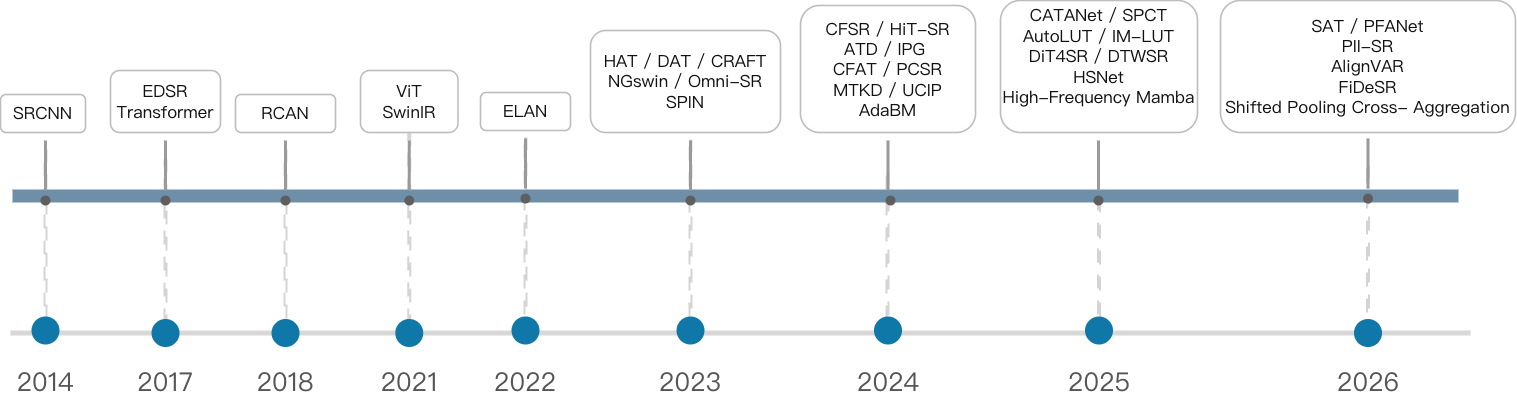
This is figures_png/fig2.png from hainanhuang/CAPANet, a draw.io export, as it was before one commit. Source tidied: cells renumbered, new cells last; positions are measured from the earlier drawing's top-left corner, leaving out a move shared by most shapes. The source it was exported from:
```xml
<mxGraphModel>
  <root>
    <mxCell id="0" />
    <mxCell id="1" parent="0" />
    <mxCell id="2" style="endArrow=none;html=1;rounded=0;strokeColor=#d4d4d4;dashed=1;dashPattern=7 6;strokeWidth=2;" parent="1" vertex="1">
      <mxGeometry x="1366.5" y="166" width="2" height="162" as="geometry" />
    </mxCell>
    <mxCell id="3" style="endArrow=none;html=1;rounded=0;strokeColor=#d4d4d4;dashed=1;dashPattern=7 6;strokeWidth=2;" parent="1" vertex="1">
      <mxGeometry x="44" y="150" width="2" height="180" as="geometry" />
    </mxCell>
    <mxCell id="4" style="endArrow=none;html=1;rounded=0;strokeColor=#d4d4d4;dashed=1;dashPattern=7 6;strokeWidth=2;" parent="1" vertex="1">
      <mxGeometry x="164" y="160" width="2" height="170" as="geometry" />
    </mxCell>
    <mxCell id="5" style="endArrow=none;html=1;rounded=0;strokeColor=#d4d4d4;dashed=1;dashPattern=7 6;strokeWidth=2;" parent="1" vertex="1">
      <mxGeometry x="284" y="150" width="2" height="180" as="geometry" />
    </mxCell>
    <mxCell id="6" style="endArrow=none;html=1;rounded=0;strokeColor=#d4d4d4;dashed=1;dashPattern=7 6;strokeWidth=2;" parent="1" vertex="1">
      <mxGeometry x="407.8" y="82" width="2" height="248" as="geometry" />
    </mxCell>
    <mxCell id="7" style="endArrow=none;html=1;rounded=0;strokeColor=#d4d4d4;dashed=1;dashPattern=7 6;strokeWidth=2;" parent="1" vertex="1">
      <mxGeometry x="524" y="138" width="2" height="190" as="geometry" />
    </mxCell>
    <mxCell id="8" style="endArrow=none;html=1;rounded=0;strokeColor=#d4d4d4;dashed=1;dashPattern=7 6;strokeWidth=2;" parent="1" vertex="1">
      <mxGeometry x="689" y="140" width="2" height="190" as="geometry" />
    </mxCell>
    <mxCell id="9" style="endArrow=none;html=1;rounded=0;strokeColor=#d4d4d4;dashed=1;dashPattern=7 6;strokeWidth=2;" parent="1" vertex="1">
      <mxGeometry x="886" y="173" width="2" height="162" as="geometry" />
    </mxCell>
    <mxCell id="10" style="endArrow=none;html=1;rounded=0;strokeColor=#d4d4d4;dashed=1;dashPattern=7 6;strokeWidth=2;" parent="1" vertex="1">
      <mxGeometry x="1097.5" y="200" width="2" height="120" as="geometry" />
    </mxCell>
    <mxCell id="11" style="rounded=0;whiteSpace=wrap;html=1;fillColor=#d8d8d8;strokeColor=none;" parent="1" vertex="1">
      <mxGeometry x="10" y="330" width="1460" height="5" as="geometry" />
    </mxCell>
    <mxCell id="12" style="rounded=0;whiteSpace=wrap;html=1;fillColor=#6f8fa8;strokeColor=none;" parent="1" vertex="1">
      <mxGeometry x="12" y="189" width="1446" height="13" as="geometry" />
    </mxCell>
    <mxCell id="13" style="rounded=0;whiteSpace=wrap;html=1;fillColor=#9a9a9a;strokeColor=none;" parent="1" vertex="1">
      <mxGeometry x="43.5" y="140" width="3" height="50" as="geometry" />
    </mxCell>
    <mxCell id="14" style="ellipse;whiteSpace=wrap;html=1;fillColor=#5f5f5f;strokeColor=none;" parent="1" vertex="1">
      <mxGeometry x="40" y="195" width="10" height="10" as="geometry" />
    </mxCell>
    <mxCell id="15" style="ellipse;whiteSpace=wrap;html=1;fillColor=#0f78a8;strokeColor=none;" parent="1" vertex="1">
      <mxGeometry x="31" y="316" width="28" height="28" as="geometry" />
    </mxCell>
    <mxCell id="16" value="SRCNN" style="rounded=1;whiteSpace=wrap;html=1;fillColor=#ffffff;strokeColor=#bdbdbd;strokeWidth=1.6;align=center;verticalAlign=middle;fontSize=17;fontColor=#111111;fontFamily=Microsoft YaHei;" parent="1" vertex="1">
      <mxGeometry y="94" width="85" height="38" as="geometry" />
    </mxCell>
    <mxCell id="17" value="2014" style="text;html=1;strokeColor=none;fillColor=none;align=center;verticalAlign=middle;whiteSpace=wrap;rounded=0;fontSize=26;fontColor=#555555;fontFamily=Microsoft YaHei;" parent="1" vertex="1">
      <mxGeometry y="363" width="90" height="35" as="geometry" />
    </mxCell>
    <mxCell id="18" style="rounded=0;whiteSpace=wrap;html=1;fillColor=#9a9a9a;strokeColor=none;" parent="1" vertex="1">
      <mxGeometry x="163.5" y="140" width="3" height="50" as="geometry" />
    </mxCell>
    <mxCell id="19" style="ellipse;whiteSpace=wrap;html=1;fillColor=#5f5f5f;strokeColor=none;" parent="1" vertex="1">
      <mxGeometry x="160" y="195" width="10" height="10" as="geometry" />
    </mxCell>
    <mxCell id="20" style="ellipse;whiteSpace=wrap;html=1;fillColor=#0f78a8;strokeColor=none;" parent="1" vertex="1">
      <mxGeometry x="151" y="318.5" width="28" height="28" as="geometry" />
    </mxCell>
    <mxCell id="21" value="EDSR&lt;br&gt;Transformer" style="rounded=1;whiteSpace=wrap;html=1;fillColor=#ffffff;strokeColor=#bdbdbd;strokeWidth=1.6;align=center;verticalAlign=middle;fontSize=17;fontColor=#111111;fontFamily=Microsoft YaHei;" parent="1" vertex="1">
      <mxGeometry x="110" y="70" width="110" height="62" as="geometry" />
    </mxCell>
    <mxCell id="22" value="2017" style="text;html=1;strokeColor=none;fillColor=none;align=center;verticalAlign=middle;whiteSpace=wrap;rounded=0;fontSize=26;fontColor=#555555;fontFamily=Microsoft YaHei;" parent="1" vertex="1">
      <mxGeometry x="120" y="363" width="90" height="35" as="geometry" />
    </mxCell>
    <mxCell id="23" style="rounded=0;whiteSpace=wrap;html=1;fillColor=#9a9a9a;strokeColor=none;" parent="1" vertex="1">
      <mxGeometry x="283.5" y="140" width="3" height="50" as="geometry" />
    </mxCell>
    <mxCell id="24" style="ellipse;whiteSpace=wrap;html=1;fillColor=#5f5f5f;strokeColor=none;" parent="1" vertex="1">
      <mxGeometry x="280" y="195" width="10" height="10" as="geometry" />
    </mxCell>
    <mxCell id="25" style="ellipse;whiteSpace=wrap;html=1;fillColor=#0f78a8;strokeColor=none;" parent="1" vertex="1">
      <mxGeometry x="271" y="318.5" width="28" height="28" as="geometry" />
    </mxCell>
    <mxCell id="26" value="RCAN" style="rounded=1;whiteSpace=wrap;html=1;fillColor=#ffffff;strokeColor=#bdbdbd;strokeWidth=1.6;align=center;verticalAlign=middle;fontSize=17;fontColor=#111111;fontFamily=Microsoft YaHei;" parent="1" vertex="1">
      <mxGeometry x="235" y="94" width="100" height="38" as="geometry" />
    </mxCell>
    <mxCell id="27" value="2018" style="text;html=1;strokeColor=none;fillColor=none;align=center;verticalAlign=middle;whiteSpace=wrap;rounded=0;fontSize=26;fontColor=#555555;fontFamily=Microsoft YaHei;" parent="1" vertex="1">
      <mxGeometry x="240" y="363" width="90" height="35" as="geometry" />
    </mxCell>
    <mxCell id="28" style="rounded=0;whiteSpace=wrap;html=1;fillColor=#9a9a9a;strokeColor=none;" parent="1" vertex="1">
      <mxGeometry x="407.2" y="140" width="3" height="50" as="geometry" />
    </mxCell>
    <mxCell id="29" style="ellipse;whiteSpace=wrap;html=1;fillColor=#5f5f5f;strokeColor=none;" parent="1" vertex="1">
      <mxGeometry x="403.8" y="195" width="10" height="10" as="geometry" />
    </mxCell>
    <mxCell id="30" style="ellipse;whiteSpace=wrap;html=1;fillColor=#0f78a8;strokeColor=none;" parent="1" vertex="1">
      <mxGeometry x="394.8" y="318.5" width="28" height="28" as="geometry" />
    </mxCell>
    <mxCell id="31" value="ViT&lt;br&gt;SwinIR" style="rounded=1;whiteSpace=wrap;html=1;fillColor=#ffffff;strokeColor=#bdbdbd;strokeWidth=1.6;align=center;verticalAlign=middle;fontSize=17;fontColor=#111111;fontFamily=Microsoft YaHei;" parent="1" vertex="1">
      <mxGeometry x="360" y="70" width="97.5" height="62" as="geometry" />
    </mxCell>
    <mxCell id="32" value="2021" style="text;html=1;strokeColor=none;fillColor=none;align=center;verticalAlign=middle;whiteSpace=wrap;rounded=0;fontSize=26;fontColor=#555555;fontFamily=Microsoft YaHei;" parent="1" vertex="1">
      <mxGeometry x="363.8" y="363" width="90" height="35" as="geometry" />
    </mxCell>
    <mxCell id="33" style="rounded=0;whiteSpace=wrap;html=1;fillColor=#9a9a9a;strokeColor=none;" parent="1" vertex="1">
      <mxGeometry x="523.5" y="138" width="3" height="50" as="geometry" />
    </mxCell>
    <mxCell id="34" style="ellipse;whiteSpace=wrap;html=1;fillColor=#5f5f5f;strokeColor=none;" parent="1" vertex="1">
      <mxGeometry x="520" y="193" width="10" height="10" as="geometry" />
    </mxCell>
    <mxCell id="35" style="ellipse;whiteSpace=wrap;html=1;fillColor=#0f78a8;strokeColor=none;" parent="1" vertex="1">
      <mxGeometry x="511" y="316" width="28" height="28" as="geometry" />
    </mxCell>
    <mxCell id="36" value="ELAN" style="rounded=1;whiteSpace=wrap;html=1;fillColor=#ffffff;strokeColor=#bdbdbd;strokeWidth=1.6;align=center;verticalAlign=middle;fontSize=17;fontColor=#111111;fontFamily=Microsoft YaHei;" parent="1" vertex="1">
      <mxGeometry x="480" y="92" width="90" height="38" as="geometry" />
    </mxCell>
    <mxCell id="37" value="2022" style="text;html=1;strokeColor=none;fillColor=none;align=center;verticalAlign=middle;whiteSpace=wrap;rounded=0;fontSize=26;fontColor=#555555;fontFamily=Microsoft YaHei;" parent="1" vertex="1">
      <mxGeometry x="480" y="363" width="90" height="35" as="geometry" />
    </mxCell>
    <mxCell id="38" style="rounded=0;whiteSpace=wrap;html=1;fillColor=#9a9a9a;strokeColor=none;" parent="1" vertex="1">
      <mxGeometry x="688.5" y="140" width="3" height="50" as="geometry" />
    </mxCell>
    <mxCell id="39" style="ellipse;whiteSpace=wrap;html=1;fillColor=#5f5f5f;strokeColor=none;" parent="1" vertex="1">
      <mxGeometry x="685" y="195" width="10" height="10" as="geometry" />
    </mxCell>
    <mxCell id="40" style="ellipse;whiteSpace=wrap;html=1;fillColor=#0f78a8;strokeColor=none;" parent="1" vertex="1">
      <mxGeometry x="676" y="316" width="28" height="28" as="geometry" />
    </mxCell>
    <mxCell id="41" value="HAT / DAT / CRAFT&lt;br&gt;NGswin / Omni-SR&lt;br&gt;SPIN" style="rounded=1;whiteSpace=wrap;html=1;fillColor=#ffffff;strokeColor=#bdbdbd;strokeWidth=1.6;align=center;verticalAlign=middle;fontSize=17;fontColor=#111111;fontFamily=Microsoft YaHei;" parent="1" vertex="1">
      <mxGeometry x="590" y="30" width="190" height="102" as="geometry" />
    </mxCell>
    <mxCell id="42" value="2023" style="text;html=1;strokeColor=none;fillColor=none;align=center;verticalAlign=middle;whiteSpace=wrap;rounded=0;fontSize=26;fontColor=#555555;fontFamily=Microsoft YaHei;" parent="1" vertex="1">
      <mxGeometry x="645" y="363" width="90" height="35" as="geometry" />
    </mxCell>
    <mxCell id="43" style="rounded=0;whiteSpace=wrap;html=1;fillColor=#9a9a9a;strokeColor=none;" parent="1" vertex="1">
      <mxGeometry x="886" y="140" width="3" height="50" as="geometry" />
    </mxCell>
    <mxCell id="44" style="ellipse;whiteSpace=wrap;html=1;fillColor=#5f5f5f;strokeColor=none;" parent="1" vertex="1">
      <mxGeometry x="885" y="195" width="10" height="10" as="geometry" />
    </mxCell>
    <mxCell id="45" style="ellipse;whiteSpace=wrap;html=1;fillColor=#0f78a8;strokeColor=none;" parent="1" vertex="1">
      <mxGeometry x="873.5" y="316" width="28" height="28" as="geometry" />
    </mxCell>
    <mxCell id="46" value="CFSR / HiT-SR&lt;br&gt;ATD / IPG&amp;nbsp;&lt;div&gt;CFAT / PCSR&lt;/div&gt;&lt;div&gt;MTKD / UCIP&lt;br&gt;AdaBM&lt;/div&gt;" style="rounded=1;whiteSpace=wrap;html=1;fillColor=#ffffff;strokeColor=#bdbdbd;strokeWidth=1.6;align=center;verticalAlign=middle;fontSize=17;fontColor=#111111;fontFamily=Microsoft YaHei;" parent="1" vertex="1">
      <mxGeometry x="800" y="5" width="175" height="127" as="geometry" />
    </mxCell>
    <mxCell id="47" value="2024" style="text;html=1;strokeColor=none;fillColor=none;align=center;verticalAlign=middle;whiteSpace=wrap;rounded=0;fontSize=26;fontColor=#555555;fontFamily=Microsoft YaHei;" parent="1" vertex="1">
      <mxGeometry x="842.5" y="363" width="90" height="35" as="geometry" />
    </mxCell>
    <mxCell id="48" style="ellipse;whiteSpace=wrap;html=1;fillColor=#0f78a8;strokeColor=none;" parent="1" vertex="1">
      <mxGeometry x="1084.5" y="316" width="28" height="28" as="geometry" />
    </mxCell>
    <mxCell id="49" style="ellipse;whiteSpace=wrap;html=1;fillColor=#5f5f5f;strokeColor=none;" parent="1" vertex="1">
      <mxGeometry x="1093" y="195" width="10" height="10" as="geometry" />
    </mxCell>
    <mxCell id="50" value="CATANet / SPCT&lt;br&gt;AutoLUT / IM-LUT&lt;br&gt;DiT4SR / DTWSR&lt;div&gt;HSNet&lt;br&gt;&lt;div&gt;High-Frequency Mamba&lt;br&gt;&lt;div&gt;&lt;br&gt;&lt;/div&gt;&lt;/div&gt;&lt;/div&gt;" style="rounded=1;whiteSpace=wrap;html=1;fillColor=#ffffff;strokeColor=#bdbdbd;strokeWidth=1.6;align=center;verticalAlign=middle;fontSize=17;fontColor=#111111;fontFamily=Microsoft YaHei;" parent="1" vertex="1">
      <mxGeometry x="1000" width="197" height="132" as="geometry" />
    </mxCell>
    <mxCell id="51" value="2025" style="text;html=1;strokeColor=none;fillColor=none;align=center;verticalAlign=middle;whiteSpace=wrap;rounded=0;fontSize=26;fontColor=#555555;fontFamily=Microsoft YaHei;" parent="1" vertex="1">
      <mxGeometry x="1053.5" y="363" width="90" height="35" as="geometry" />
    </mxCell>
    <mxCell id="52" style="rounded=0;whiteSpace=wrap;html=1;fillColor=#9a9a9a;strokeColor=none;" parent="1" vertex="1">
      <mxGeometry x="1366" y="138" width="3" height="50" as="geometry" />
    </mxCell>
    <mxCell id="53" style="ellipse;whiteSpace=wrap;html=1;fillColor=#5f5f5f;strokeColor=none;" parent="1" vertex="1">
      <mxGeometry x="1362.5" y="193" width="10" height="10" as="geometry" />
    </mxCell>
    <mxCell id="54" style="ellipse;whiteSpace=wrap;html=1;fillColor=#0f78a8;strokeColor=none;" parent="1" vertex="1">
      <mxGeometry x="1353.5" y="318.5" width="28" height="28" as="geometry" />
    </mxCell>
    <mxCell id="55" value="SAT / PFANet&lt;br&gt;PII-SR&lt;br&gt;AlignVAR&lt;br&gt;FiDeSR&lt;div&gt;Shifted Pooling Cross- Aggregation&lt;/div&gt;" style="rounded=1;whiteSpace=wrap;html=1;fillColor=#ffffff;strokeColor=#bdbdbd;strokeWidth=1.6;align=center;verticalAlign=middle;fontSize=17;fontColor=#111111;fontFamily=Microsoft YaHei;fontStyle=0;" parent="1" vertex="1">
      <mxGeometry x="1220" width="295" height="132" as="geometry" />
    </mxCell>
    <mxCell id="56" value="2026" style="text;html=1;strokeColor=none;fillColor=none;align=center;verticalAlign=middle;whiteSpace=wrap;rounded=0;fontSize=26;fontColor=#555555;fontFamily=Microsoft YaHei;" parent="1" vertex="1">
      <mxGeometry x="1322.5" y="363" width="90" height="35" as="geometry" />
    </mxCell>
    <mxCell id="57" style="rounded=0;whiteSpace=wrap;html=1;fillColor=#9a9a9a;strokeColor=none;" parent="1" vertex="1">
      <mxGeometry x="1096.5" y="140" width="3" height="50" as="geometry" />
    </mxCell>
  </root>
</mxGraphModel>
```
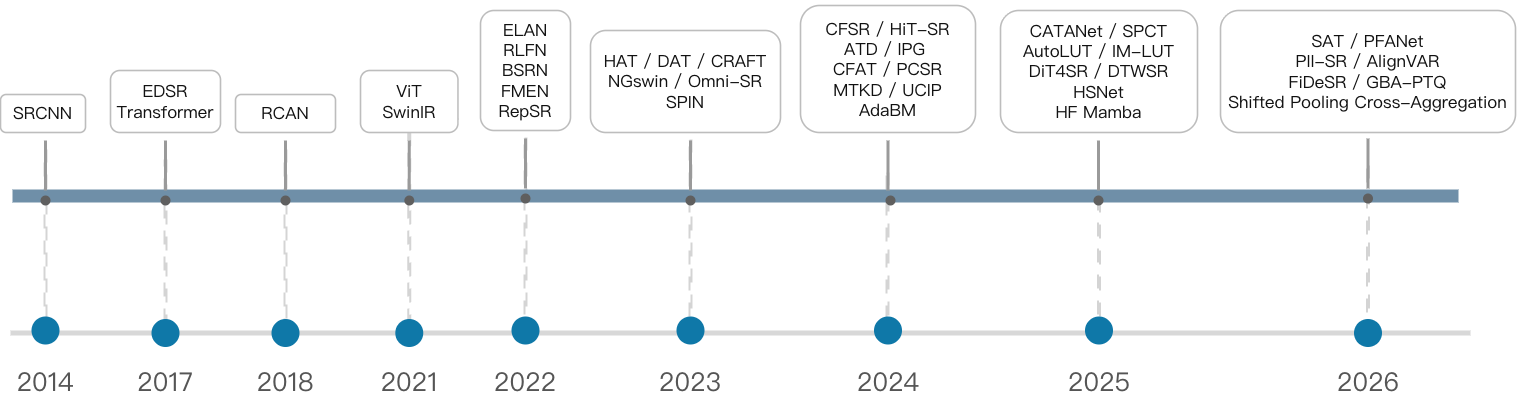
The same file after the commit.

The edit, as a diff of the source:
```diff
@@ -104,8 +104,8 @@
     <mxCell id="35" style="ellipse;whiteSpace=wrap;html=1;fillColor=#0f78a8;strokeColor=none;" parent="1" vertex="1">
       <mxGeometry x="511" y="316" width="28" height="28" as="geometry" />
     </mxCell>
-    <mxCell id="36" value="ELAN" style="rounded=1;whiteSpace=wrap;html=1;fillColor=#ffffff;strokeColor=#bdbdbd;strokeWidth=1.6;align=center;verticalAlign=middle;fontSize=17;fontColor=#111111;fontFamily=Microsoft YaHei;" parent="1" vertex="1">
-      <mxGeometry x="480" y="92" width="90" height="38" as="geometry" />
+    <mxCell id="36" value="ELAN&lt;div&gt;RLFN&lt;br&gt;BSRN&lt;br&gt;FMEN&lt;br&gt;RepSR&lt;/div&gt;" style="rounded=1;whiteSpace=wrap;html=1;fillColor=#ffffff;strokeColor=#bdbdbd;strokeWidth=1.6;align=center;verticalAlign=middle;fontSize=17;fontColor=#111111;fontFamily=Microsoft YaHei;" parent="1" vertex="1">
+      <mxGeometry x="480" y="10" width="90" height="120" as="geometry" />
     </mxCell>
     <mxCell id="37" value="2022" style="text;html=1;strokeColor=none;fillColor=none;align=center;verticalAlign=middle;whiteSpace=wrap;rounded=0;fontSize=26;fontColor=#555555;fontFamily=Microsoft YaHei;" parent="1" vertex="1">
       <mxGeometry x="480" y="363" width="90" height="35" as="geometry" />
@@ -146,8 +146,8 @@
     <mxCell id="49" style="ellipse;whiteSpace=wrap;html=1;fillColor=#5f5f5f;strokeColor=none;" parent="1" vertex="1">
       <mxGeometry x="1093" y="195" width="10" height="10" as="geometry" />
     </mxCell>
-    <mxCell id="50" value="CATANet / SPCT&lt;br&gt;AutoLUT / IM-LUT&lt;br&gt;DiT4SR / DTWSR&lt;div&gt;HSNet&lt;br&gt;&lt;div&gt;High-Frequency Mamba&lt;br&gt;&lt;div&gt;&lt;br&gt;&lt;/div&gt;&lt;/div&gt;&lt;/div&gt;" style="rounded=1;whiteSpace=wrap;html=1;fillColor=#ffffff;strokeColor=#bdbdbd;strokeWidth=1.6;align=center;verticalAlign=middle;fontSize=17;fontColor=#111111;fontFamily=Microsoft YaHei;" parent="1" vertex="1">
-      <mxGeometry x="1000" width="197" height="132" as="geometry" />
+    <mxCell id="50" value="&lt;div&gt;&lt;br&gt;&lt;/div&gt;CATANet / SPCT&lt;br&gt;AutoLUT / IM-LUT&lt;br&gt;DiT4SR / DTWSR&lt;div&gt;HSNet&lt;br&gt;&lt;div&gt;HF Mamba&lt;br&gt;&lt;div&gt;&lt;br&gt;&lt;/div&gt;&lt;/div&gt;&lt;/div&gt;" style="rounded=1;whiteSpace=wrap;html=1;fillColor=#ffffff;strokeColor=#bdbdbd;strokeWidth=1.6;align=center;verticalAlign=middle;fontSize=17;fontColor=#111111;fontFamily=Microsoft YaHei;" parent="1" vertex="1">
+      <mxGeometry x="1000" y="10" width="197" height="122" as="geometry" />
     </mxCell>
     <mxCell id="51" value="2025" style="text;html=1;strokeColor=none;fillColor=none;align=center;verticalAlign=middle;whiteSpace=wrap;rounded=0;fontSize=26;fontColor=#555555;fontFamily=Microsoft YaHei;" parent="1" vertex="1">
       <mxGeometry x="1053.5" y="363" width="90" height="35" as="geometry" />
@@ -161,8 +161,8 @@
     <mxCell id="54" style="ellipse;whiteSpace=wrap;html=1;fillColor=#0f78a8;strokeColor=none;" parent="1" vertex="1">
       <mxGeometry x="1353.5" y="318.5" width="28" height="28" as="geometry" />
     </mxCell>
-    <mxCell id="55" value="SAT / PFANet&lt;br&gt;PII-SR&lt;br&gt;AlignVAR&lt;br&gt;FiDeSR&lt;div&gt;Shifted Pooling Cross- Aggregation&lt;/div&gt;" style="rounded=1;whiteSpace=wrap;html=1;fillColor=#ffffff;strokeColor=#bdbdbd;strokeWidth=1.6;align=center;verticalAlign=middle;fontSize=17;fontColor=#111111;fontFamily=Microsoft YaHei;fontStyle=0;" parent="1" vertex="1">
-      <mxGeometry x="1220" width="295" height="132" as="geometry" />
+    <mxCell id="55" value="SAT / PFANet&lt;br&gt;PII-SR / AlignVAR&lt;br&gt;FiDeSR / GBA-PTQ&lt;div&gt;Shifted Pooling Cross-Aggregation&lt;/div&gt;" style="rounded=1;whiteSpace=wrap;html=1;fillColor=#ffffff;strokeColor=#bdbdbd;strokeWidth=1.6;align=center;verticalAlign=middle;fontSize=17;fontColor=#111111;fontFamily=Microsoft YaHei;fontStyle=0;" parent="1" vertex="1">
+      <mxGeometry x="1220" y="10" width="295" height="122" as="geometry" />
     </mxCell>
     <mxCell id="56" value="2026" style="text;html=1;strokeColor=none;fillColor=none;align=center;verticalAlign=middle;whiteSpace=wrap;rounded=0;fontSize=26;fontColor=#555555;fontFamily=Microsoft YaHei;" parent="1" vertex="1">
       <mxGeometry x="1322.5" y="363" width="90" height="35" as="geometry" />
```
